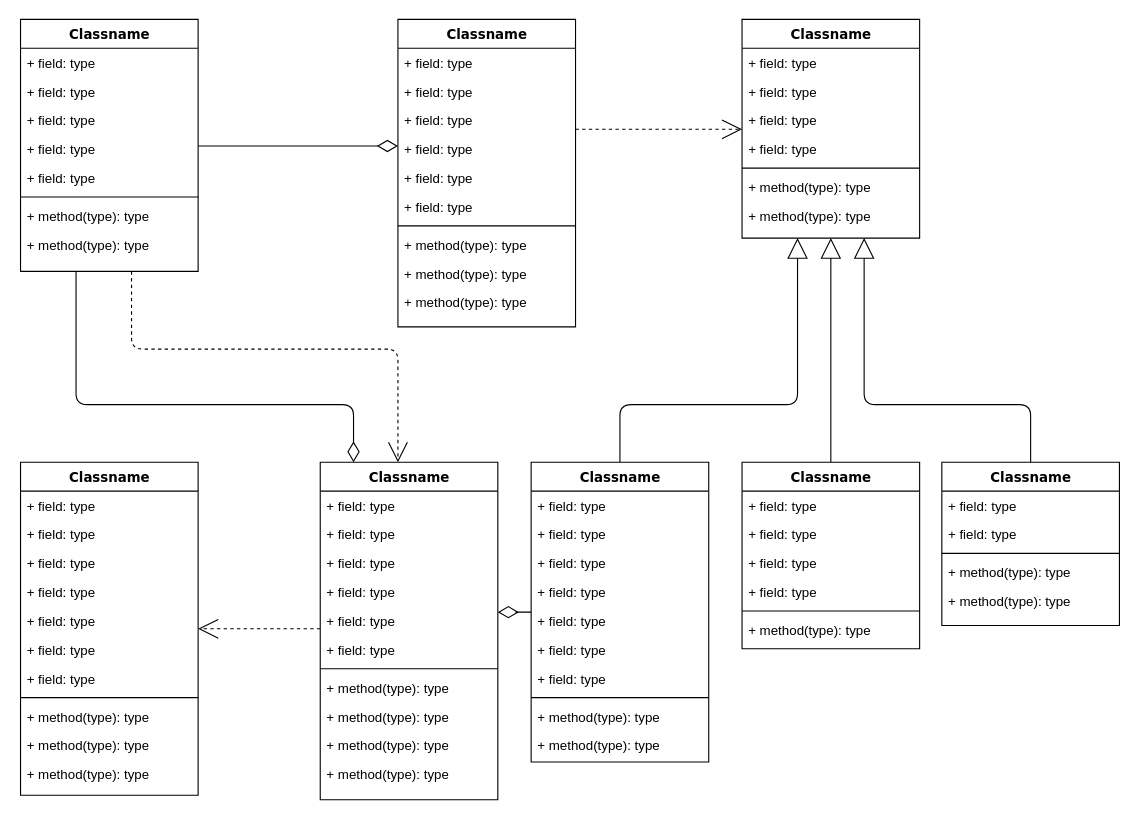
LJGxuyaohui/diagrams-fig keeps this draw.io diagram as 数值无线皮基站模块.drawio. Above is the earlier version. Source tidied: cells renumbered, new cells numbered last; positions are measured from the earlier drawing's top-left corner, leaving out a move shared by most shapes. Both pictures are drawn from the tidied source at 111%, with x=0, y=0 at pixel (20, 19).
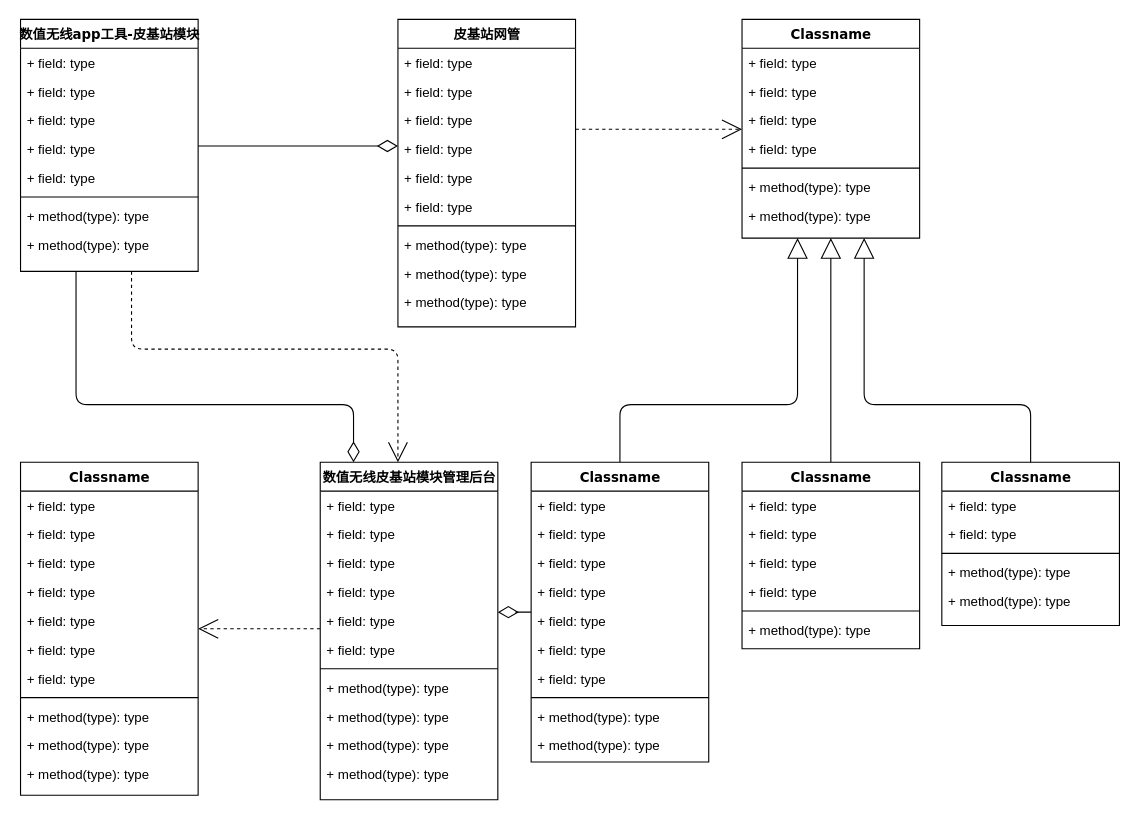
After the change.

Commit message (it also covers changes not shown here):
更新数值无线皮基站模块.drawio

The edit, as a diff of the source:
```diff
@@
-    <mxCell id="4" value="Classname" style="swimlane;html=1;fontStyle=1;align=center;verticalAlign=top;horizontal=1;startSize=26;swimlaneFillColor=#ffffff;rounded=0;shadow=0;comic=0;labelBackgroundColor=none;strokeWidth=1;fillColor=none;fontFamily=Verdana;fontSize=12;" parent="1" vertex="1">
+    <mxCell id="4" value="数值无线app工具-皮基站模块" style="swimlane;html=1;fontStyle=1;align=center;verticalAlign=top;horizontal=1;startSize=26;swimlaneFillColor=#ffffff;rounded=0;shadow=0;comic=0;labelBackgroundColor=none;strokeWidth=1;fillColor=none;fontFamily=Verdana;fontSize=12;" parent="1" vertex="1">
       <mxGeometry width="160" height="227" as="geometry" />
     </mxCell>
@@
-    <mxCell id="14" value="Classname" style="swimlane;html=1;fontStyle=1;align=center;verticalAlign=top;horizontal=1;startSize=26;swimlaneFillColor=#ffffff;rounded=0;shadow=0;comic=0;labelBackgroundColor=none;strokeWidth=1;fillColor=none;fontFamily=Verdana;fontSize=12;" parent="1" vertex="1">
+    <mxCell id="14" value="皮基站网管" style="swimlane;html=1;fontStyle=1;align=center;verticalAlign=top;horizontal=1;startSize=26;swimlaneFillColor=#ffffff;rounded=0;shadow=0;comic=0;labelBackgroundColor=none;strokeWidth=1;fillColor=none;fontFamily=Verdana;fontSize=12;" parent="1" vertex="1">
       <mxGeometry x="340" width="160" height="277" as="geometry" />
     </mxCell>
@@
-    <mxCell id="47" value="Classname" style="swimlane;html=1;fontStyle=1;align=center;verticalAlign=top;horizontal=1;startSize=26;swimlaneFillColor=#ffffff;rounded=0;shadow=0;comic=0;labelBackgroundColor=none;strokeWidth=1;fillColor=none;fontFamily=Verdana;fontSize=12;" parent="1" vertex="1">
+    <mxCell id="47" value="数值无线皮基站模块管理后台" style="swimlane;html=1;fontStyle=1;align=center;verticalAlign=top;horizontal=1;startSize=26;swimlaneFillColor=#ffffff;rounded=0;shadow=0;comic=0;labelBackgroundColor=none;strokeWidth=1;fillColor=none;fontFamily=Verdana;fontSize=12;" parent="1" vertex="1">
       <mxGeometry x="270" y="399" width="160" height="304" as="geometry" />
     </mxCell>
```
